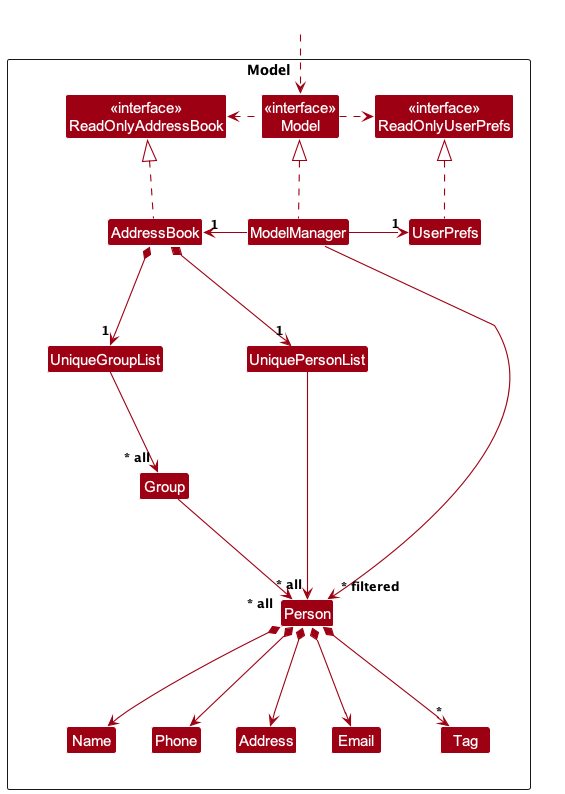
This is docs/diagrams/ModelClassDiagram.png from isaacchua0309/tp, a PlantUML export, as it was before one commit.
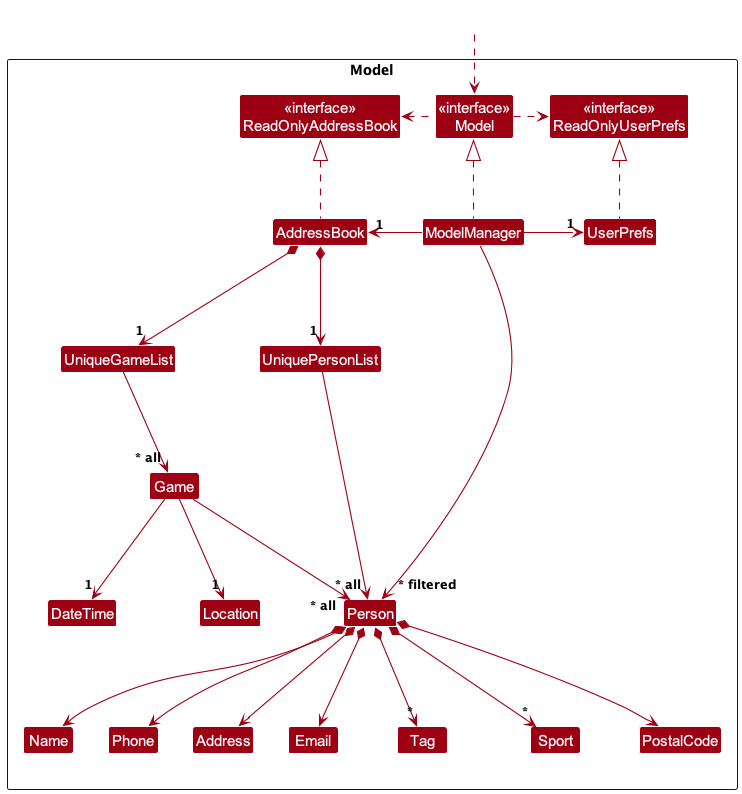
Above is the later version.

What changed in the source:
```diff
@@ -20,9 +20,13 @@
   Class Name
   Class Phone
   Class Tag
+  Class Sport
+  Class PostalCode
 
-  Class UniqueGroupList
-  Class Group
+  Class UniqueGameList
+  Class Game
+  Class DateTime
+  Class Location
 
   Class I #FFFFFF
 }
@@ -46,7 +50,9 @@
 Person *--> Phone
 Person *--> Email
 Person *--> Address
+Person *--> PostalCode
 Person *--> "*" Tag
+Person *--> "*" Sport
 
 Person -[hidden]up--> I
 UniquePersonList -[hidden]right-> I
@@ -56,10 +62,12 @@
 
 ModelManager --> "~* filtered" Person
 
-AddressBook *--> "1" UniqueGroupList
+AddressBook *--> "1" UniqueGameList
 
-UniqueGroupList --> "~* all" Group
+UniqueGameList --> "~* all" Game
 
-Group --> "~* all" Person
+Game --> "~* all" Person
+Game --> "1" DateTime
+Game --> "1" Location
 
 @enduml
```
